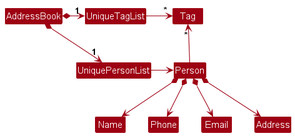
nus-cs2103-AY2425S1/tp keeps this PlantUML diagram as docs/images/BetterModelClassDiagram.png. Above is the earlier version.
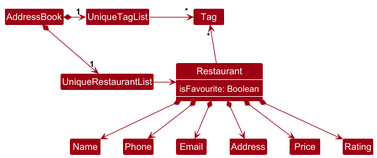
Above is the later version.

Diff of the diagram source:
```diff
@@ -4,18 +4,23 @@
 skinparam arrowColor MODEL_COLOR
 skinparam classBackgroundColor MODEL_COLOR
 
-AddressBook *-right-> "1" UniquePersonList
+AddressBook *-right-> "1" UniqueRestaurantList
 AddressBook *-right-> "1" UniqueTagList
-UniqueTagList -[hidden]down- UniquePersonList
-UniqueTagList -[hidden]down- UniquePersonList
+UniqueTagList -[hidden]down- UniqueRestaurantList
+UniqueTagList -[hidden]down- UniqueRestaurantList
 
 UniqueTagList -right-> "*" Tag
-UniquePersonList -right-> Person
+UniqueRestaurantList -right-> Restaurant
 
-Person -up-> "*" Tag
+Restaurant -up-> "*" Tag
 
-Person *--> Name
-Person *--> Phone
-Person *--> Email
-Person *--> Address
+Restaurant *--> Name
+Restaurant *--> Phone
+Restaurant *--> Email
+Restaurant *--> Address
+Restaurant *--> Price
+Restaurant *--> Rating
+Restaurant : isFavourite: Boolean
+show Restaurant members
+
 @enduml
```
